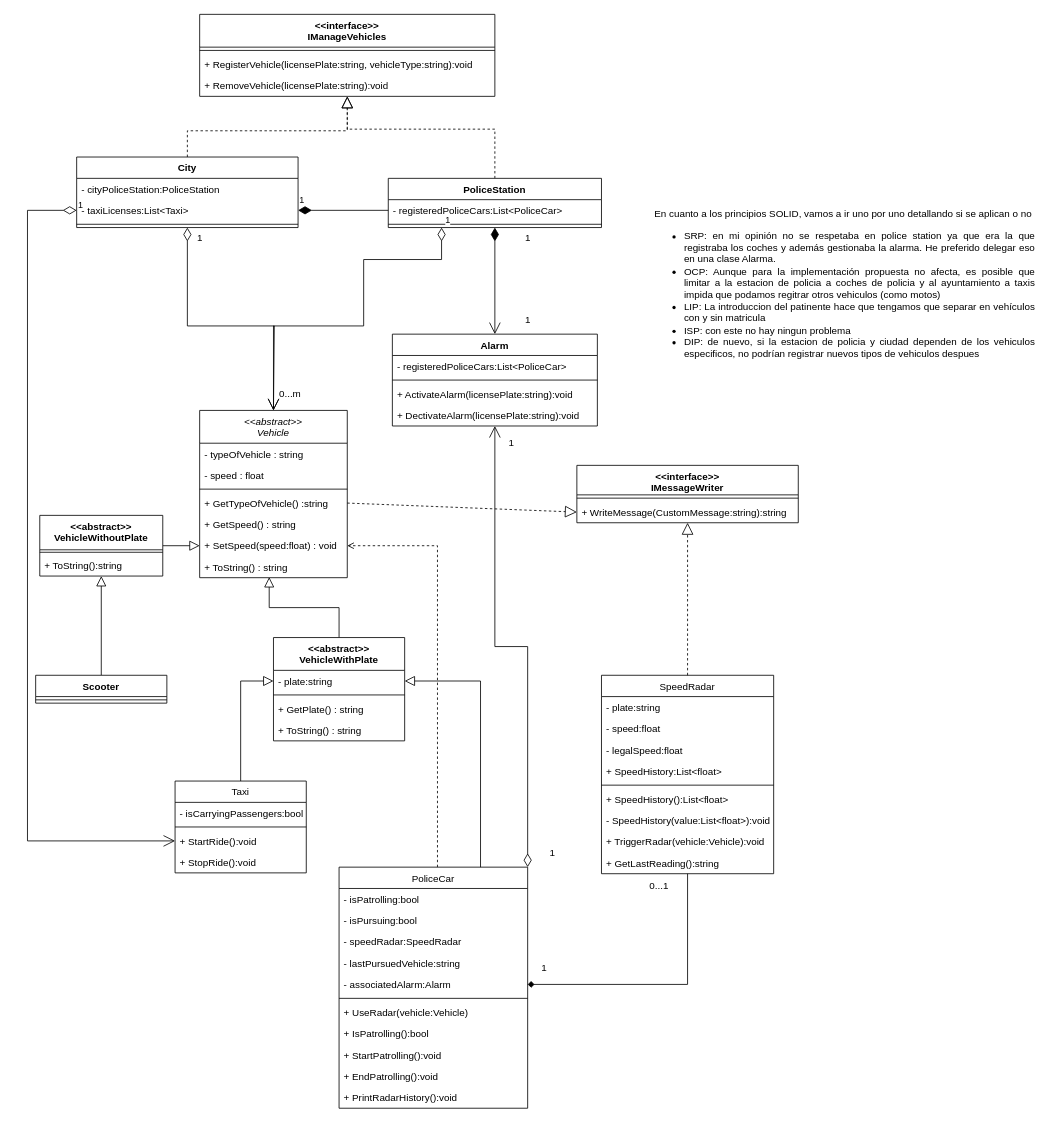
The draw.io diagram final_diagram.drawio in sjrom47/Programming-Paradigms-and-techniques-L2, before the edit. Source tidied: cells renumbered, new cells numbered last; positions are measured from the earlier drawing's top-left corner, leaving out a move shared by most shapes. Both pictures are drawn from the tidied source at 82%, with x=0, y=0 at pixel (27, 14).
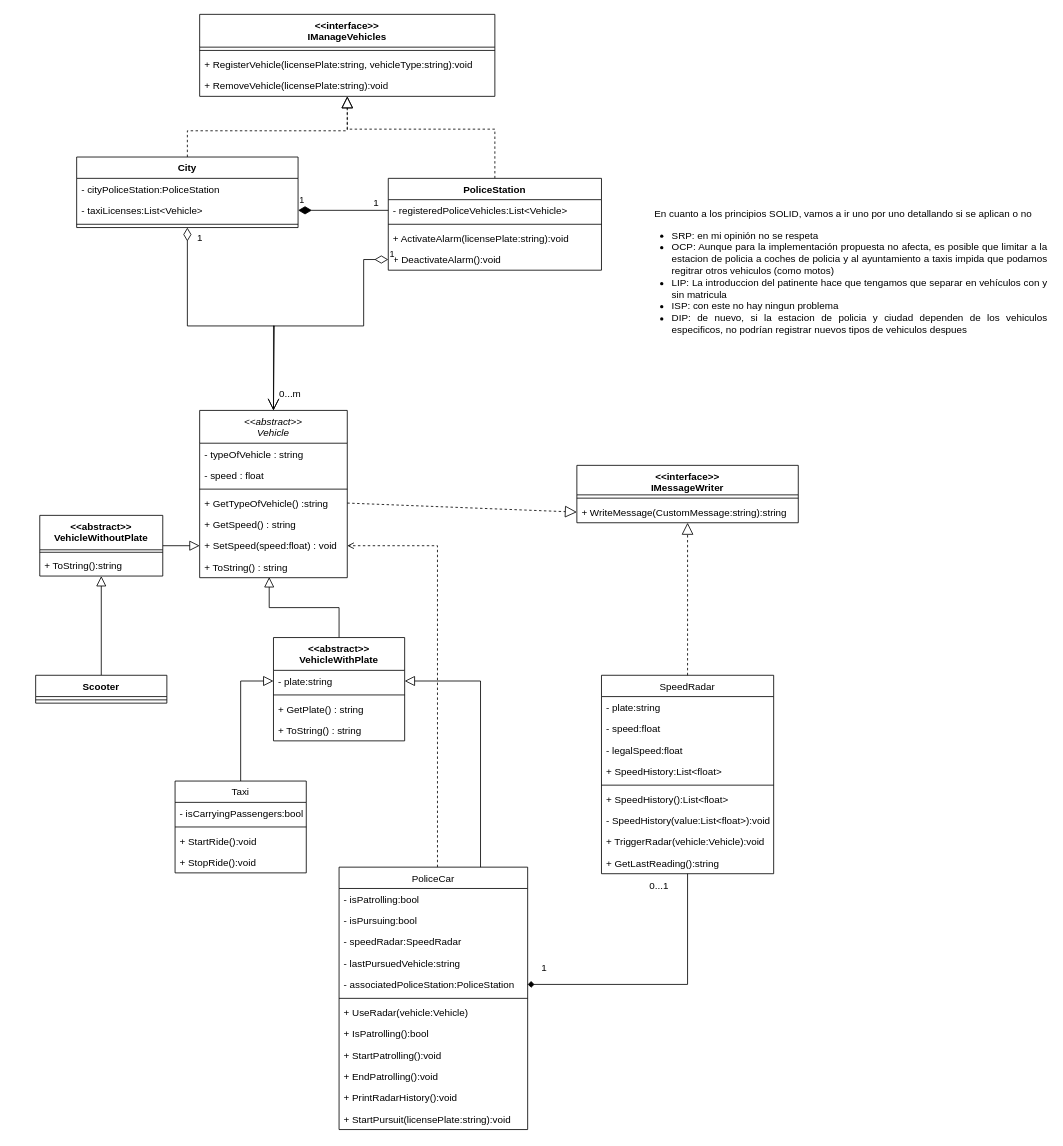
The same page after the edit.

The change refers to these unchanged cells:
```xml
<mxCell id="2" value="&lt;&lt;abstract&gt;&gt;&#10;Vehicle" style="swimlane;fontStyle=2;align=center;verticalAlign=top;horizontal=1;startSize=40;rounded=0;shadow=0;strokeWidth=1;" parent="1" vertex="1">
  <mxGeometry x="210" y="483" width="180" height="204" as="geometry" />
</mxCell>
<mxCell id="13" value="+ StartRide():void" style="text;align=left;verticalAlign=top;spacingLeft=4;spacingRight=4;overflow=hidden;points=[[0,0.5],[1,0.5]];portConstraint=eastwest;rounded=0;shadow=0;html=0;" parent="10" vertex="1">
  <mxGeometry y="60" width="160" height="26" as="geometry" />
</mxCell>
<mxCell id="52" value="City" style="swimlane;fontStyle=1;align=center;verticalAlign=top;horizontal=1;startSize=26;whiteSpace=wrap;html=1;" parent="1" vertex="1">
  <mxGeometry x="60" y="174" width="270" height="86" as="geometry" />
</mxCell>
```

Change to the diagram source:
```diff
@@
-    <mxCell id="17" style="edgeStyle=orthogonalEdgeStyle;rounded=0;jettySize=auto;html=1;exitX=1;exitY=0;exitDx=0;exitDy=0;endArrow=open;endFill=0;startArrow=diamondThin;startFill=0;endSize=12;startSize=14;" parent="1" edge="1" source="18" target="74">
-      <mxGeometry relative="1" as="geometry" />
-    </mxCell>
     <mxCell id="18" value="PoliceCar" style="swimlane;fontStyle=0;align=center;verticalAlign=top;horizontal=1;startSize=26;rounded=0;shadow=0;strokeWidth=1;" parent="1" vertex="1">
-      <mxGeometry x="380" y="1040" width="230" height="294" as="geometry" />
+      <mxGeometry x="380" y="1040" width="230" height="320" as="geometry" />
     </mxCell>
@@
-    <mxCell id="23" value="- associatedAlarm:Alarm" style="text;align=left;verticalAlign=top;spacingLeft=4;spacingRight=4;overflow=hidden;points=[[0,0.5],[1,0.5]];portConstraint=eastwest;" parent="18" vertex="1">
+    <mxCell id="23" value="- associatedPoliceStation:PoliceStation" style="text;align=left;verticalAlign=top;spacingLeft=4;spacingRight=4;overflow=hidden;points=[[0,0.5],[1,0.5]];portConstraint=eastwest;" parent="18" vertex="1">
       <mxGeometry y="130" width="230" height="26" as="geometry" />
     </mxCell>
@@
+    <mxCell id="92" value="+ StartPursuit(licensePlate:string):void" style="text;align=left;verticalAlign=top;spacingLeft=4;spacingRight=4;overflow=hidden;" parent="18" vertex="1">
+      <mxGeometry y="294" width="230" height="26" as="geometry" />
+    </mxCell>
@@
-    <mxCell id="45" style="edgeStyle=orthogonalEdgeStyle;rounded=0;jettySize=auto;html=1;entryX=0.5;entryY=0;entryDx=0;entryDy=0;endArrow=open;endFill=0;startArrow=diamondThin;startFill=1;endSize=12;startSize=14;" parent="1" edge="1" source="47" target="74">
-      <mxGeometry relative="1" as="geometry" />
-    </mxCell>
@@
     <mxCell id="47" value="PoliceStation" style="swimlane;fontStyle=1;align=center;verticalAlign=top;horizontal=1;startSize=26;whiteSpace=wrap;html=1;" parent="1" vertex="1">
-      <mxGeometry x="440" y="200" width="260" height="60" as="geometry" />
+      <mxGeometry x="440" y="200" width="260" height="112" as="geometry" />
     </mxCell>
-    <mxCell id="48" value="- registeredPoliceCars:List&amp;lt;PoliceCar&amp;gt;" style="text;strokeColor=none;fillColor=none;align=left;verticalAlign=top;spacingLeft=4;spacingRight=4;overflow=hidden;points=[[0,0.5],[1,0.5]];portConstraint=eastwest;whiteSpace=wrap;html=1;" parent="47" vertex="1">
+    <mxCell id="48" value="- registeredPoliceVehicles:List&amp;lt;Vehicle&amp;gt;" style="text;strokeColor=none;fillColor=none;align=left;verticalAlign=top;spacingLeft=4;spacingRight=4;overflow=hidden;points=[[0,0.5],[1,0.5]];portConstraint=eastwest;whiteSpace=wrap;html=1;" parent="47" vertex="1">
       <mxGeometry y="26" width="260" height="26" as="geometry" />
     </mxCell>
@@
+    <mxCell id="77" value="+ ActivateAlarm(licensePlate:string):void" style="text;align=left;verticalAlign=top;spacingLeft=4;spacingRight=4;overflow=hidden;" parent="47" vertex="1">
+      <mxGeometry y="60" width="260" height="26" as="geometry" />
+    </mxCell>
+    <mxCell id="93" value="+ DeactivateAlarm():void" style="text;align=left;verticalAlign=top;spacingLeft=4;spacingRight=4;overflow=hidden;points=[[0,0.5],[1,0.5]];portConstraint=eastwest;" parent="47" vertex="1">
+      <mxGeometry y="86" width="260" height="26" as="geometry" />
+    </mxCell>
@@
-    <mxCell id="54" value="- taxiLicenses:List&amp;lt;Taxi&amp;gt;" style="text;strokeColor=none;fillColor=none;align=left;verticalAlign=top;spacingLeft=4;spacingRight=4;overflow=hidden;points=[[0,0.5],[1,0.5]];portConstraint=eastwest;whiteSpace=wrap;html=1;" parent="52" vertex="1">
+    <mxCell id="54" value="- taxiLicenses:List&amp;lt;Vehicle&amp;gt;" style="text;strokeColor=none;fillColor=none;align=left;verticalAlign=top;spacingLeft=4;spacingRight=4;overflow=hidden;points=[[0,0.5],[1,0.5]];portConstraint=eastwest;whiteSpace=wrap;html=1;" parent="52" vertex="1">
       <mxGeometry y="52" width="270" height="26" as="geometry" />
     </mxCell>
@@
-    <mxCell id="59" value="1" style="endArrow=open;html=1;endSize=12;startArrow=diamondThin;startSize=14;startFill=0;edgeStyle=orthogonalEdgeStyle;align=left;verticalAlign=bottom;rounded=0;exitX=0;exitY=0.5;exitDx=0;exitDy=0;entryX=0;entryY=0.5;entryDx=0;entryDy=0;" parent="1" edge="1" source="54" target="13">
-      <mxGeometry x="-1" y="3" relative="1" as="geometry">
-        <Array as="points">
-          <mxPoint y="239" />
-          <mxPoint y="1008" />
-        </Array>
-      </mxGeometry>
-    </mxCell>
-    <mxCell id="60" value="1" style="endArrow=open;html=1;endSize=12;startArrow=diamondThin;startSize=14;startFill=0;edgeStyle=orthogonalEdgeStyle;align=left;verticalAlign=bottom;rounded=0;entryX=0.5;entryY=0;entryDx=0;entryDy=0;exitX=0.25;exitY=1;exitDx=0;exitDy=0;" parent="1" edge="1" source="47" target="2">
+    <mxCell id="60" value="1" style="endArrow=open;html=1;endSize=12;startArrow=diamondThin;startSize=14;startFill=0;edgeStyle=orthogonalEdgeStyle;align=left;verticalAlign=bottom;rounded=0;entryX=0.5;entryY=0;entryDx=0;entryDy=0;exitX=0;exitY=0.5;exitDx=0;exitDy=0;" parent="1" edge="1" source="93" target="2">
       <mxGeometry x="-1" y="3" relative="1" as="geometry">
         <Array as="points">
-          <mxPoint x="505" y="299" />
           <mxPoint x="410" y="299" />
           <mxPoint x="410" y="380" />
           <mxPoint x="300" y="380" />
         </Array>
       </mxGeometry>
     </mxCell>
@@
-    <mxCell id="74" value="Alarm" style="swimlane;fontStyle=1;align=center;verticalAlign=top;horizontal=1;startSize=26;whiteSpace=wrap;html=1;" parent="1" vertex="1">
-      <mxGeometry x="445" y="390" width="250" height="112" as="geometry" />
-    </mxCell>
-    <mxCell id="75" value="- registeredPoliceCars:List&amp;lt;PoliceCar&amp;gt;" style="text;strokeColor=none;fillColor=none;align=left;verticalAlign=top;spacingLeft=4;spacingRight=4;overflow=hidden;whiteSpace=wrap;html=1;" parent="74" vertex="1">
-      <mxGeometry y="26" width="250" height="26" as="geometry" />
-    </mxCell>
-    <mxCell id="76" style="line;strokeWidth=1;fillColor=none;align=left;verticalAlign=middle;spacingTop=-1;spacingLeft=3;spacingRight=3;labelPosition=right;strokeColor=inherit;" parent="74" vertex="1">
-      <mxGeometry y="52" width="250" height="8" as="geometry" />
-    </mxCell>
-    <mxCell id="77" value="+ ActivateAlarm(licensePlate:string):void" style="text;strokeColor=none;fillColor=none;align=left;verticalAlign=top;spacingLeft=4;spacingRight=4;overflow=hidden;whiteSpace=wrap;html=1;" parent="74" vertex="1">
-      <mxGeometry y="60" width="250" height="26" as="geometry" />
-    </mxCell>
-    <mxCell id="78" value="+ DectivateAlarm(licensePlate:string):void" style="text;strokeColor=none;fillColor=none;align=left;verticalAlign=top;spacingLeft=4;spacingRight=4;overflow=hidden;whiteSpace=wrap;html=1;" parent="74" vertex="1">
-      <mxGeometry y="86" width="250" height="26" as="geometry" />
-    </mxCell>
-    <mxCell id="79" value="En cuanto a los principios SOLID, vamos a ir uno por uno detallando si se aplican o no&lt;br&gt;&lt;div style=&quot;text-align: justify;&quot;&gt;&lt;ul&gt;&lt;li&gt;&lt;span style=&quot;background-color: initial;&quot;&gt;SRP: en mi opinión no se respetaba en police station ya que era la que registraba los coches y además gestionaba la alarma.&amp;nbsp;He preferido delegar eso en una clase Alarma.&lt;/span&gt;&lt;/li&gt;&lt;li&gt;&lt;span style=&quot;background-color: initial;&quot;&gt;OCP: Aunque para la implementación propuesta no afecta, es posible que limitar a la estacion de policia a coches de policia y al ayuntamiento a taxis impida que podamos regitrar otros vehiculos (como motos)&lt;/span&gt;&lt;/li&gt;&lt;li&gt;&lt;span style=&quot;background-color: initial;&quot;&gt;LIP: La introduccion del patinente hace que tengamos que separar en vehículos con y sin matricula&lt;/span&gt;&lt;/li&gt;&lt;li&gt;&lt;span style=&quot;background-color: initial;&quot;&gt;ISP: con este no hay ningun problema&lt;/span&gt;&lt;/li&gt;&lt;li&gt;&lt;span style=&quot;background-color: initial;&quot;&gt;DIP: de nuevo, si la estacion de policia y ciudad dependen de los vehiculos especificos, no podrían registrar nuevos tipos de vehiculos despues&lt;/span&gt;&lt;/li&gt;&lt;/ul&gt;&lt;/div&gt;" style="text;align=center;verticalAlign=middle;strokeColor=none;fillColor=none;rotation=0;html=1;overflow=visible;whiteSpace=wrap;" parent="1" vertex="1">
-      <mxGeometry x="760" y="190" width="470" height="290" as="geometry" />
+    <mxCell id="79" value="En cuanto a los principios SOLID, vamos a ir uno por uno detallando si se aplican o no&lt;br&gt;&lt;div style=&quot;text-align: justify;&quot;&gt;&lt;ul&gt;&lt;li&gt;&lt;span style=&quot;background-color: initial;&quot;&gt;SRP: en mi opinión no se respeta&lt;/span&gt;&lt;/li&gt;&lt;li&gt;&lt;span style=&quot;background-color: initial;&quot;&gt;OCP: Aunque para la implementación propuesta no afecta, es posible que limitar a la estacion de policia a coches de policia y al ayuntamiento a taxis impida que podamos regitrar otros vehiculos (como motos)&lt;/span&gt;&lt;/li&gt;&lt;li&gt;&lt;span style=&quot;background-color: initial;&quot;&gt;LIP: La introduccion del patinente hace que tengamos que separar en vehículos con y sin matricula&lt;/span&gt;&lt;/li&gt;&lt;li&gt;&lt;span style=&quot;background-color: initial;&quot;&gt;ISP: con este no hay ningun problema&lt;/span&gt;&lt;/li&gt;&lt;li&gt;&lt;span style=&quot;background-color: initial;&quot;&gt;DIP: de nuevo, si la estacion de policia y ciudad dependen de los vehiculos especificos, no podrían registrar nuevos tipos de vehiculos despues&lt;/span&gt;&lt;/li&gt;&lt;/ul&gt;&lt;/div&gt;" style="text;align=center;verticalAlign=middle;strokeColor=none;fillColor=none;rotation=0;html=1;overflow=visible;whiteSpace=wrap;" parent="1" vertex="1">
+      <mxGeometry x="745" y="260" width="500" height="120" as="geometry" />
     </mxCell>
@@
-    <mxCell id="86" value="1" style="text;html=1;align=center;verticalAlign=middle;strokeColor=none;fillColor=none;" parent="1" vertex="1">
-      <mxGeometry x="595" y="258" width="30" height="30" as="geometry" />
-    </mxCell>
-    <mxCell id="87" value="1" style="text;html=1;align=center;verticalAlign=middle;strokeColor=none;fillColor=none;" parent="1" vertex="1">
-      <mxGeometry x="595" y="358" width="30" height="30" as="geometry" />
-    </mxCell>
-    <mxCell id="88" value="1" style="text;html=1;align=center;verticalAlign=middle;strokeColor=none;fillColor=none;" parent="1" vertex="1">
-      <mxGeometry x="625" y="1008" width="30" height="30" as="geometry" />
-    </mxCell>
-    <mxCell id="89" value="1" style="text;html=1;align=center;verticalAlign=middle;strokeColor=none;fillColor=none;" parent="1" vertex="1">
-      <mxGeometry x="575" y="508" width="30" height="30" as="geometry" />
-    </mxCell>
@@
+    <mxCell id="94" value="1" style="text;html=1;align=center;verticalAlign=middle;strokeColor=none;fillColor=none;" parent="1" vertex="1">
+      <mxGeometry x="410" y="215" width="30" height="30" as="geometry" />
+    </mxCell>
```
